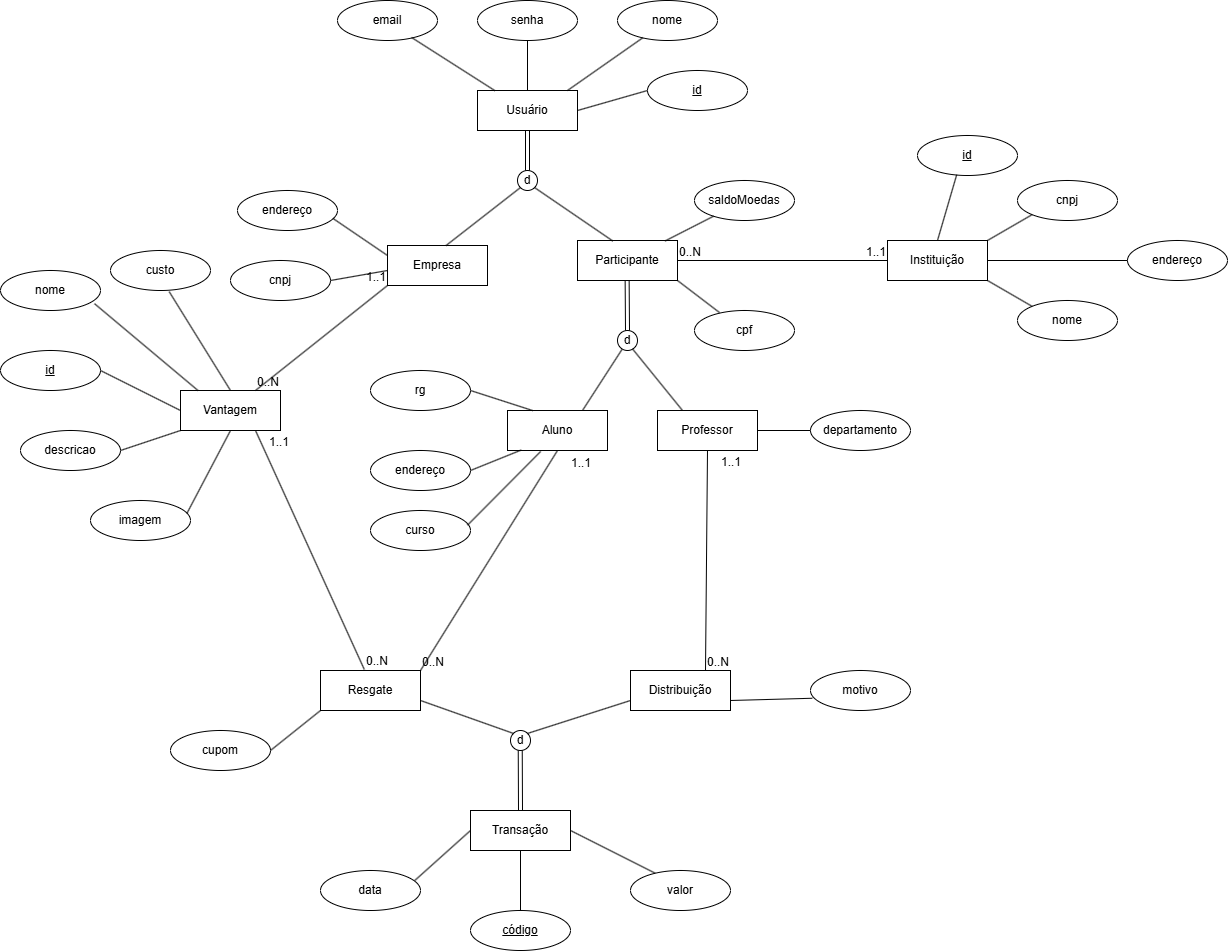
This is projeto/DiagramaER.drawio.png from marcosffp/Sistema-Merito-Digital, a draw.io export, as it was before one commit. Source tidied: cells renumbered, new cells last; positions are measured from the earlier drawing's top-left corner, leaving out a move shared by most shapes.
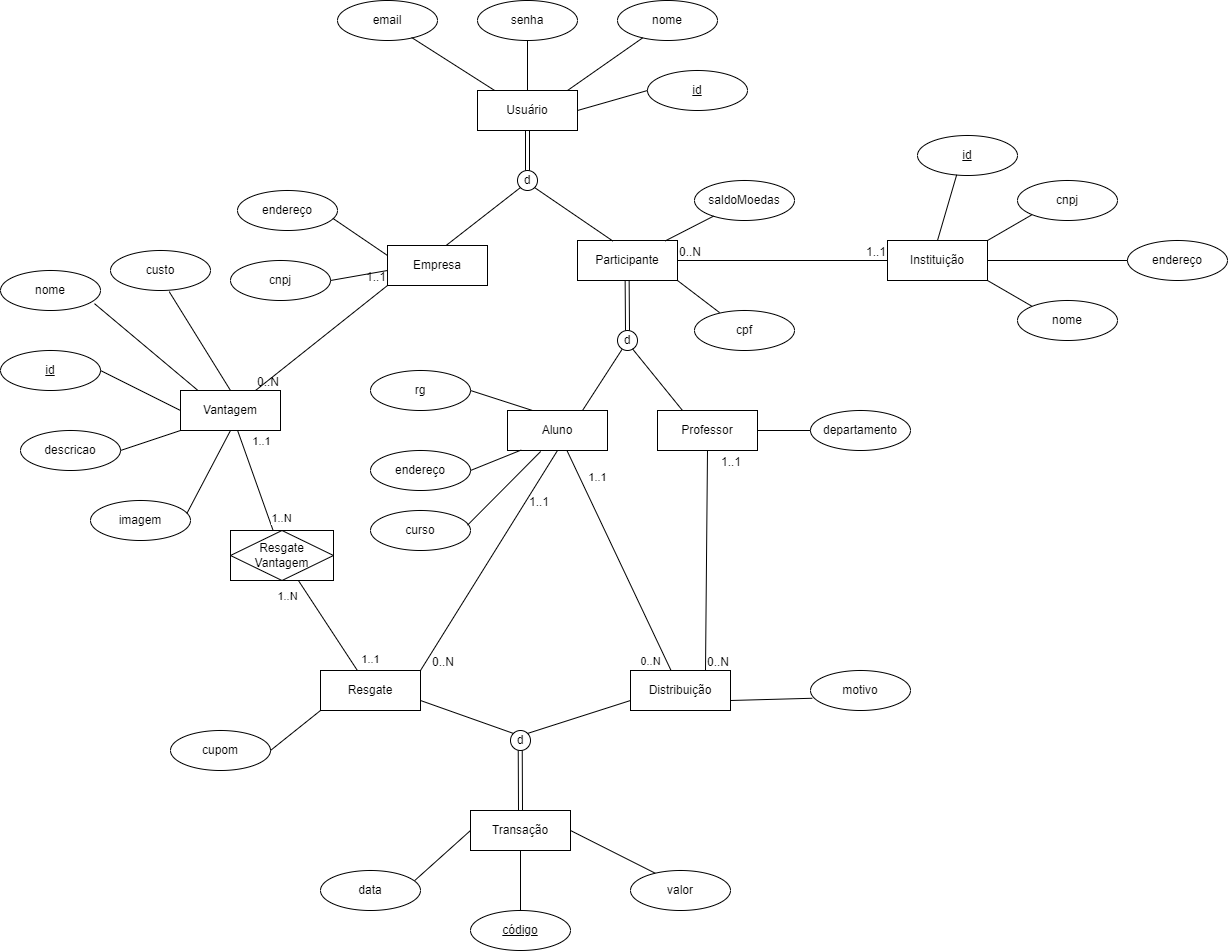
Above is the later version.

Diff of the diagram source:
```diff
@@ -206,6 +206,19 @@
     <mxCell id="67" value="1..1" style="html=1;whiteSpace=wrap;align=right;verticalAlign=bottom;" parent="65" vertex="1">
       <mxGeometry x="1" relative="1" as="geometry" />
     </mxCell>
+    <mxCell id="95" value="&#10;&lt;span style=&quot;color: rgba(0, 0, 0, 0); font-family: monospace; font-size: 0px; font-style: normal; font-variant-ligatures: normal; font-variant-caps: normal; font-weight: 400; letter-spacing: normal; orphans: 2; text-align: start; text-indent: 0px; text-transform: none; widows: 2; word-spacing: 0px; -webkit-text-stroke-width: 0px; white-space: nowrap; background-color: rgb(251, 251, 251); text-decoration-thickness: initial; text-decoration-style: initial; text-decoration-color: initial; display: inline !important; float: none;&quot;&gt;&amp;nbsp;&lt;/span&gt;&#10;&#10;" style="edgeStyle=none;html=1;endArrow=none;endFill=0;" parent="1" edge="1" source="68" target="98">
+      <mxGeometry relative="1" as="geometry" />
+    </mxCell>
+    <mxCell id="96" value="1..N" style="edgeLabel;html=1;align=center;verticalAlign=middle;" parent="95" vertex="1">
+      <mxGeometry x="0.65" y="-1" relative="1" as="geometry">
+        <mxPoint x="-22" as="offset" />
+      </mxGeometry>
+    </mxCell>
+    <mxCell id="97" value="1..1" style="edgeLabel;html=1;align=center;verticalAlign=middle;" parent="95" vertex="1">
+      <mxGeometry x="-0.76" y="-1" relative="1" as="geometry">
+        <mxPoint x="19" as="offset" />
+      </mxGeometry>
+    </mxCell>
     <mxCell id="68" value="Resgate" style="whiteSpace=wrap;html=1;align=center;" parent="1" vertex="1">
       <mxGeometry x="320" y="670" width="100" height="40" as="geometry" />
     </mxCell>
@@ -223,26 +236,17 @@
         <mxPoint x="320" y="710" as="sourcePoint" />
       </mxGeometry>
     </mxCell>
-    <mxCell id="73" style="endArrow=none;html=1;rounded=0;exitX=0.438;exitY=-0.026;exitDx=0;exitDy=0;entryX=0.75;entryY=1;entryDx=0;entryDy=0;exitPerimeter=0;" parent="1" edge="1" source="68" target="53">
-      <mxGeometry relative="1" as="geometry" />
-    </mxCell>
-    <mxCell id="74" value="0..N" style="html=1;whiteSpace=wrap;align=left;verticalAlign=bottom;" parent="73" vertex="1">
-      <mxGeometry x="-1" relative="1" as="geometry" />
-    </mxCell>
-    <mxCell id="75" value="1..1" style="html=1;whiteSpace=wrap;align=right;verticalAlign=bottom;" parent="73" vertex="1">
-      <mxGeometry x="1" relative="1" as="geometry">
-        <mxPoint x="35" y="20" as="offset" />
-      </mxGeometry>
-    </mxCell>
     <mxCell id="76" style="endArrow=none;html=1;rounded=0;exitX=1;exitY=0;exitDx=0;exitDy=0;entryX=0.5;entryY=1;entryDx=0;entryDy=0;" parent="1" edge="1" source="68" target="36">
       <mxGeometry relative="1" as="geometry" />
     </mxCell>
     <mxCell id="77" value="0..N" style="html=1;whiteSpace=wrap;align=left;verticalAlign=bottom;" parent="76" vertex="1">
-      <mxGeometry x="-1" relative="1" as="geometry" />
+      <mxGeometry x="-1" relative="1" as="geometry">
+        <mxPoint x="10" as="offset" />
+      </mxGeometry>
     </mxCell>
     <mxCell id="78" value="1..1" style="html=1;whiteSpace=wrap;align=right;verticalAlign=bottom;" parent="76" vertex="1">
       <mxGeometry x="1" relative="1" as="geometry">
-        <mxPoint x="35" y="20" as="offset" />
+        <mxPoint x="-7" y="60" as="offset" />
       </mxGeometry>
     </mxCell>
     <mxCell id="79" style="endArrow=none;html=1;rounded=0;exitX=0.75;exitY=0;exitDx=0;exitDy=0;entryX=0.5;entryY=1;entryDx=0;entryDy=0;" parent="1" edge="1" source="69" target="41">
@@ -297,5 +301,34 @@
     <mxCell id="94" style="endArrow=none;html=1;rounded=0;entryX=1;entryY=0.5;entryDx=0;entryDy=0;exitX=0.245;exitY=0.065;exitDx=0;exitDy=0;exitPerimeter=0;" parent="1" edge="1" source="91" target="70">
       <mxGeometry relative="1" as="geometry" />
     </mxCell>
+    <mxCell id="98" value="Resgate&lt;div&gt;Vantagem&lt;/div&gt;" style="shape=associativeEntity;whiteSpace=wrap;html=1;align=center;" parent="1" vertex="1">
+      <mxGeometry x="230" y="530" width="103" height="50" as="geometry" />
+    </mxCell>
+    <mxCell id="99" value="&#10;&lt;span style=&quot;color: rgba(0, 0, 0, 0); font-family: monospace; font-size: 0px; font-style: normal; font-variant-ligatures: normal; font-variant-caps: normal; font-weight: 400; letter-spacing: normal; orphans: 2; text-align: start; text-indent: 0px; text-transform: none; widows: 2; word-spacing: 0px; -webkit-text-stroke-width: 0px; white-space: nowrap; background-color: rgb(251, 251, 251); text-decoration-thickness: initial; text-decoration-style: initial; text-decoration-color: initial; display: inline !important; float: none;&quot;&gt;&amp;nbsp;&lt;/span&gt;&#10;&#10;" style="edgeStyle=none;html=1;endArrow=none;endFill=0;" parent="1" edge="1" source="53" target="98">
+      <mxGeometry relative="1" as="geometry" />
+    </mxCell>
+    <mxCell id="100" value="1..1" style="edgeLabel;html=1;align=center;verticalAlign=middle;" parent="99" vertex="1">
+      <mxGeometry x="-0.72" relative="1" as="geometry">
+        <mxPoint x="18" y="-4" as="offset" />
+      </mxGeometry>
+    </mxCell>
+    <mxCell id="101" value="1..N" style="edgeLabel;html=1;align=center;verticalAlign=middle;" parent="99" vertex="1">
+      <mxGeometry x="0.75" y="1" relative="1" as="geometry">
+        <mxPoint x="11" as="offset" />
+      </mxGeometry>
+    </mxCell>
+    <mxCell id="102" value="&#10;&lt;span style=&quot;color: rgba(0, 0, 0, 0); font-family: monospace; font-size: 0px; font-style: normal; font-variant-ligatures: normal; font-variant-caps: normal; font-weight: 400; letter-spacing: normal; orphans: 2; text-align: start; text-indent: 0px; text-transform: none; widows: 2; word-spacing: 0px; -webkit-text-stroke-width: 0px; white-space: nowrap; background-color: rgb(251, 251, 251); text-decoration-thickness: initial; text-decoration-style: initial; text-decoration-color: initial; display: inline !important; float: none;&quot;&gt;&amp;nbsp;&lt;/span&gt;&#10;&#10;" style="edgeStyle=none;html=1;endArrow=none;endFill=0;" parent="1" edge="1" source="36" target="69">
+      <mxGeometry relative="1" as="geometry" />
+    </mxCell>
+    <mxCell id="74" value="0..N" style="edgeLabel;html=1;align=center;verticalAlign=middle;" parent="102" vertex="1">
+      <mxGeometry x="0.65" y="-1" relative="1" as="geometry">
+        <mxPoint x="-2" y="28" as="offset" />
+      </mxGeometry>
+    </mxCell>
+    <mxCell id="103" value="1..1" style="edgeLabel;html=1;align=center;verticalAlign=middle;" parent="102" vertex="1">
+      <mxGeometry x="-0.76" y="-1" relative="1" as="geometry">
+        <mxPoint x="19" as="offset" />
+      </mxGeometry>
+    </mxCell>
   </root>
 </mxGraphModel>
```
